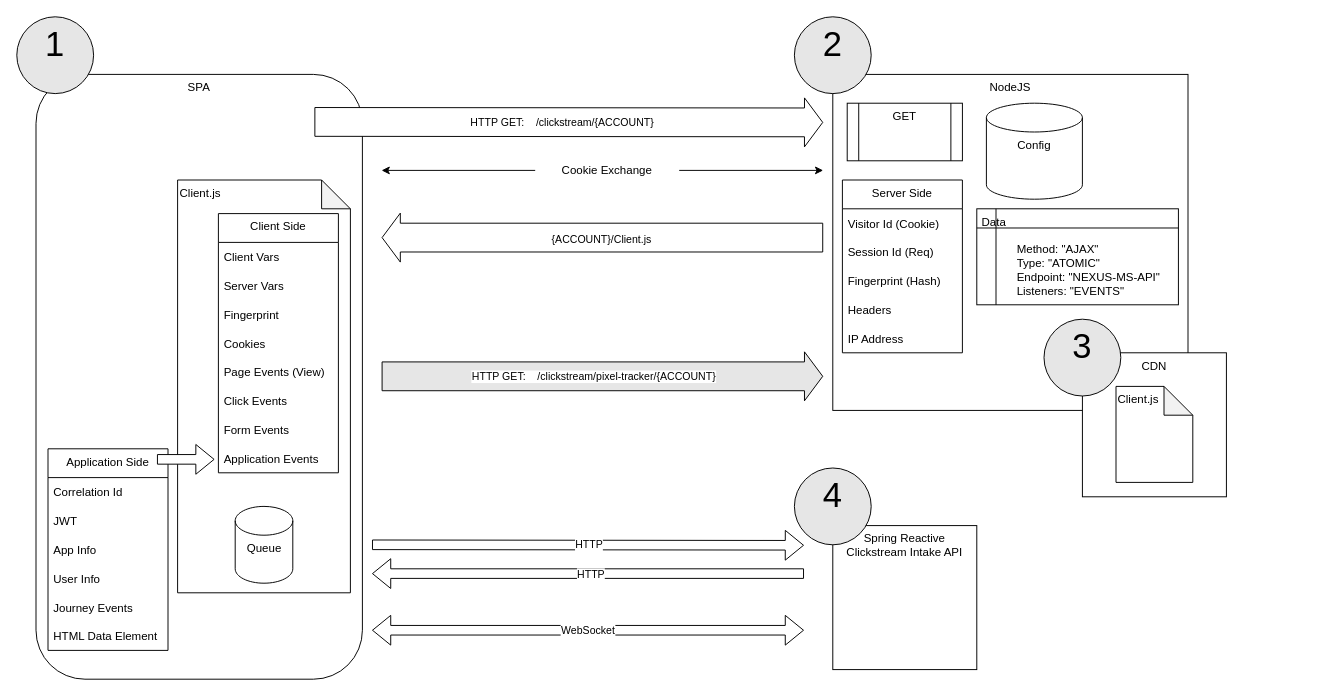
hikumealan/draw-io-diagrams keeps this draw.io diagram as Clickstream.drawio. Above is the earlier version. Source tidied: cells renumbered, new cells numbered last; positions are measured from the earlier drawing's top-left corner, leaving out a move shared by most shapes. Both pictures are drawn from the tidied source at 96%, with x=0, y=0 at pixel (16, 16).
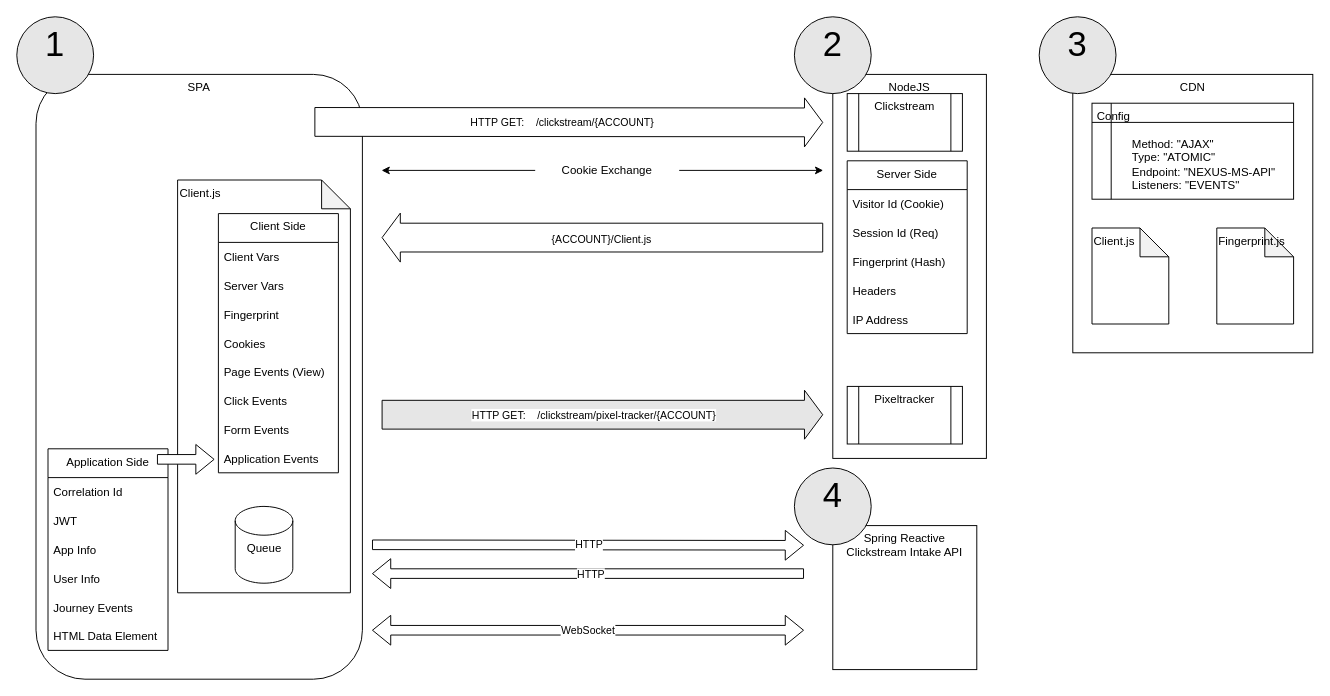
The same page after the edit.

Diff of the diagram source:
```diff
@@
     <mxCell id="4" value="NodeJS" style="rounded=0;whiteSpace=wrap;html=1;verticalAlign=top;" parent="1" vertex="1">
-      <mxGeometry x="850" y="60" width="370" height="350" as="geometry" />
+      <mxGeometry x="850" y="60" width="160" height="400" as="geometry" />
     </mxCell>
@@
     <mxCell id="7" value="CDN" style="rounded=0;whiteSpace=wrap;html=1;verticalAlign=top;" parent="1" vertex="1">
-      <mxGeometry x="1110" y="350" width="150" height="150" as="geometry" />
+      <mxGeometry x="1100" y="60" width="250" height="290" as="geometry" />
     </mxCell>
-    <mxCell id="8" value="GET" style="shape=process;whiteSpace=wrap;html=1;backgroundOutline=1;verticalAlign=top;" parent="1" vertex="1">
-      <mxGeometry x="865" y="90" width="120" height="60" as="geometry" />
+    <mxCell id="8" value="Clickstream" style="shape=process;whiteSpace=wrap;html=1;backgroundOutline=1;verticalAlign=top;" parent="1" vertex="1">
+      <mxGeometry x="865" y="80" width="120" height="60" as="geometry" />
     </mxCell>
@@
-    <mxCell id="12" value="Config" style="shape=cylinder3;whiteSpace=wrap;html=1;boundedLbl=1;backgroundOutline=1;size=15;verticalAlign=top;" parent="1" vertex="1">
-      <mxGeometry x="1010" y="90" width="100" height="100" as="geometry" />
-    </mxCell>
     <mxCell id="13" value="Client.js" style="shape=note;whiteSpace=wrap;html=1;backgroundOutline=1;darkOpacity=0.05;verticalAlign=top;align=left;" parent="1" vertex="1">
-      <mxGeometry x="1145" y="385" width="80" height="100" as="geometry" />
+      <mxGeometry x="1120" y="220" width="80" height="100" as="geometry" />
     </mxCell>
@@
     <mxCell id="15" value="Server Side" style="swimlane;fontStyle=0;horizontal=1;startSize=30;verticalAlign=top;" parent="1" vertex="1">
-      <mxGeometry x="860" y="170" width="125" height="180" as="geometry" />
+      <mxGeometry x="865" y="150" width="125" height="180" as="geometry" />
     </mxCell>
@@
-    <mxCell id="37" value="&lt;span style=&quot;white-space: pre&quot;&gt; &lt;/span&gt;Data&lt;blockquote style=&quot;margin: 0 0 0 40px ; border: none ; padding: 0px&quot;&gt;&lt;br&gt;&lt;/blockquote&gt;&lt;blockquote style=&quot;margin: 0 0 0 40px ; border: none ; padding: 0px&quot;&gt;Method: &quot;AJAX&quot;&lt;/blockquote&gt;&lt;blockquote style=&quot;margin: 0 0 0 40px ; border: none ; padding: 0px&quot;&gt;Type: &quot;ATOMIC&quot;&lt;/blockquote&gt;&lt;blockquote style=&quot;margin: 0 0 0 40px ; border: none ; padding: 0px&quot;&gt;Endpoint: &quot;NEXUS-MS-API&quot;&lt;/blockquote&gt;&lt;blockquote style=&quot;margin: 0 0 0 40px ; border: none ; padding: 0px&quot;&gt;Listeners: &quot;EVENTS&quot;&lt;/blockquote&gt;" style="shape=internalStorage;whiteSpace=wrap;html=1;backgroundOutline=1;verticalAlign=top;align=left;" parent="1" vertex="1">
-      <mxGeometry x="1000" y="200" width="210" height="100" as="geometry" />
+    <mxCell id="37" value="&lt;span style=&quot;white-space: pre&quot;&gt; &lt;/span&gt;Config&lt;blockquote style=&quot;margin: 0 0 0 40px ; border: none ; padding: 0px&quot;&gt;&lt;br&gt;&lt;/blockquote&gt;&lt;blockquote style=&quot;margin: 0 0 0 40px ; border: none ; padding: 0px&quot;&gt;Method: &quot;AJAX&quot;&lt;/blockquote&gt;&lt;blockquote style=&quot;margin: 0 0 0 40px ; border: none ; padding: 0px&quot;&gt;Type: &quot;ATOMIC&quot;&lt;/blockquote&gt;&lt;blockquote style=&quot;margin: 0 0 0 40px ; border: none ; padding: 0px&quot;&gt;Endpoint: &quot;NEXUS-MS-API&quot;&lt;/blockquote&gt;&lt;blockquote style=&quot;margin: 0 0 0 40px ; border: none ; padding: 0px&quot;&gt;Listeners: &quot;EVENTS&quot;&lt;/blockquote&gt;" style="shape=internalStorage;whiteSpace=wrap;html=1;backgroundOutline=1;verticalAlign=top;align=left;" parent="1" vertex="1">
+      <mxGeometry x="1120" y="90" width="210" height="100" as="geometry" />
     </mxCell>
@@
     <mxCell id="42" style="shape=flexArrow;endArrow=classic;html=1;width=30;fillColor=#E6E6E6;" parent="1" edge="1">
       <mxGeometry relative="1" as="geometry">
-        <mxPoint x="380" y="374.5" as="sourcePoint" />
-        <mxPoint x="840" y="374.5" as="targetPoint" />
+        <mxPoint x="380" y="414.5" as="sourcePoint" />
+        <mxPoint x="840" y="414.5" as="targetPoint" />
       </mxGeometry>
     </mxCell>
@@
     <mxCell id="48" value="3" style="ellipse;whiteSpace=wrap;html=1;fillColor=#E6E6E6;verticalAlign=top;fontSize=36;" parent="1" vertex="1">
-      <mxGeometry x="1070" y="315" width="80" height="80" as="geometry" />
+      <mxGeometry x="1065" width="80" height="80" as="geometry" />
     </mxCell>
@@
+    <mxCell id="53" value="Pixeltracker" style="shape=process;whiteSpace=wrap;html=1;backgroundOutline=1;verticalAlign=top;" parent="1" vertex="1">
+      <mxGeometry x="865" y="385" width="120" height="60" as="geometry" />
+    </mxCell>
+    <mxCell id="54" value="Fingerprint.js" style="shape=note;whiteSpace=wrap;html=1;backgroundOutline=1;darkOpacity=0.05;verticalAlign=top;align=left;" parent="1" vertex="1">
+      <mxGeometry x="1250" y="220" width="80" height="100" as="geometry" />
+    </mxCell>
```
